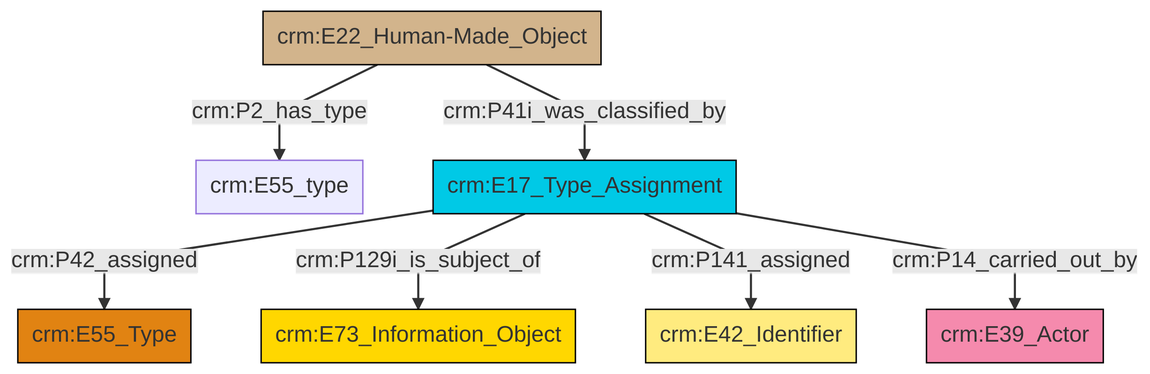
Before: et/builtWorkCSV/ttl/mmd/png/Built_Work_designation_status.png, a diagram exported from Mermaid (swiss-art-research-net/reference-data-models). Its source is kept beside it as et/builtWorkCSV/ttl/mmd/Built_Work_designation_status.ttl.mmd. Its diagram source:
```mermaid
graph TD
classDef Literal fill:#f2f2f2,stroke:#000000;
classDef CRM_Entity fill:#FFFFFF,stroke:#000000;
classDef Temporal_Entity fill:#00C9E6, stroke:#000000;
classDef Type fill:#E18312, stroke:#000000;
classDef Time-Span fill:#2C9C91, stroke:#000000;
classDef Appellation fill:#FFEB7F, stroke:#000000;
classDef Place fill:#008836, stroke:#000000;
classDef Persistent_Item fill:#B266B2, stroke:#000000;
classDef Conceptual_Object fill:#FFD700, stroke:#000000;
classDef Physical_Thing fill:#D2B48C, stroke:#000000;
classDef Actor fill:#f58aad, stroke:#000000;
classDef PC_Classes fill:#4ce600, stroke:#000000;
classDef Multi fill:#cccccc,stroke:#000000;

0["crm:E22_Human-Made_Object"]:::Physical_Thing -->|crm:P2_has_type| 1["crm:E55_type"]:::Default
2["crm:E17_Type_Assignment"]:::Temporal_Entity -->|crm:P42_assigned| 3["crm:E55_Type"]:::Type
2["crm:E17_Type_Assignment"]:::Temporal_Entity -->|crm:P129i_is_subject_of| 9["crm:E73_Information_Object"]:::Conceptual_Object
2["crm:E17_Type_Assignment"]:::Temporal_Entity -->|crm:P141_assigned| 7["crm:E42_Identifier"]:::Appellation
0["crm:E22_Human-Made_Object"]:::Physical_Thing -->|crm:P41i_was_classified_by| 2["crm:E17_Type_Assignment"]:::Temporal_Entity
2["crm:E17_Type_Assignment"]:::Temporal_Entity -->|crm:P14_carried_out_by| 4["crm:E39_Actor"]:::Actor
```
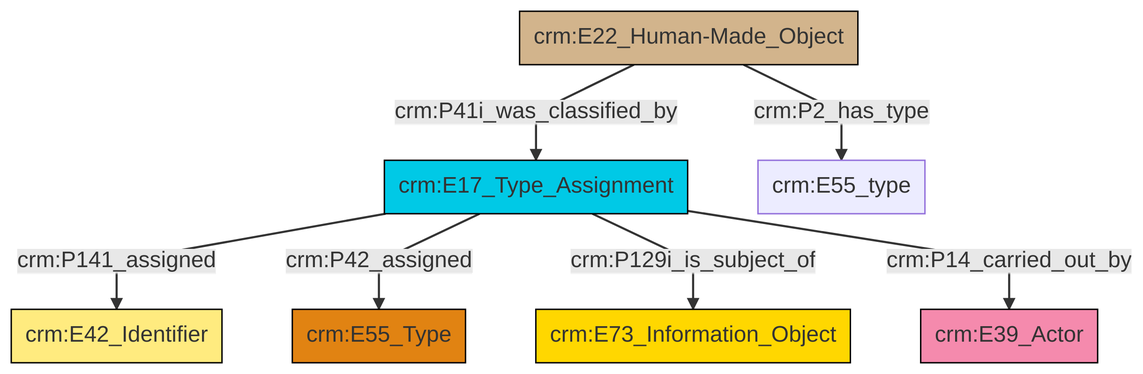
The same file after the commit.

Change to the diagram source:
```diff
@@ -13,9 +13,9 @@
 classDef PC_Classes fill:#4ce600, stroke:#000000;
 classDef Multi fill:#cccccc,stroke:#000000;
 
-0["crm:E22_Human-Made_Object"]:::Physical_Thing -->|crm:P2_has_type| 1["crm:E55_type"]:::Default
-2["crm:E17_Type_Assignment"]:::Temporal_Entity -->|crm:P42_assigned| 3["crm:E55_Type"]:::Type
-2["crm:E17_Type_Assignment"]:::Temporal_Entity -->|crm:P129i_is_subject_of| 9["crm:E73_Information_Object"]:::Conceptual_Object
-2["crm:E17_Type_Assignment"]:::Temporal_Entity -->|crm:P141_assigned| 7["crm:E42_Identifier"]:::Appellation
-0["crm:E22_Human-Made_Object"]:::Physical_Thing -->|crm:P41i_was_classified_by| 2["crm:E17_Type_Assignment"]:::Temporal_Entity
-2["crm:E17_Type_Assignment"]:::Temporal_Entity -->|crm:P14_carried_out_by| 4["crm:E39_Actor"]:::Actor
+0["crm:E22_Human-Made_Object"]:::Physical_Thing -->|crm:P41i_was_classified_by| 1["crm:E17_Type_Assignment"]:::Temporal_Entity
+1["crm:E17_Type_Assignment"]:::Temporal_Entity -->|crm:P141_assigned| 2["crm:E42_Identifier"]:::Appellation
+1["crm:E17_Type_Assignment"]:::Temporal_Entity -->|crm:P42_assigned| 3["crm:E55_Type"]:::Type
+1["crm:E17_Type_Assignment"]:::Temporal_Entity -->|crm:P129i_is_subject_of| 7["crm:E73_Information_Object"]:::Conceptual_Object
+1["crm:E17_Type_Assignment"]:::Temporal_Entity -->|crm:P14_carried_out_by| 10["crm:E39_Actor"]:::Actor
+0["crm:E22_Human-Made_Object"]:::Physical_Thing -->|crm:P2_has_type| 5["crm:E55_type"]:::Default
```
